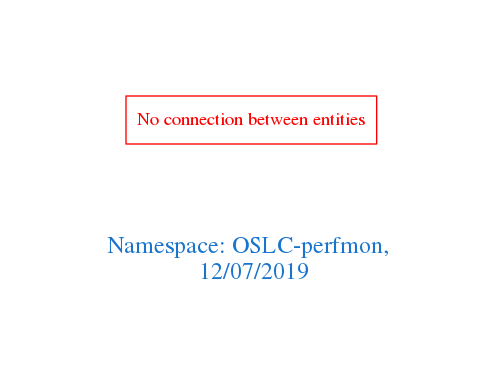
arago/OGIT keeps this Graphviz diagram as downloads/OSLC-perfmon.png. Above is the earlier version. Its source is kept beside it as downloads/OSLC-perfmon.dot.
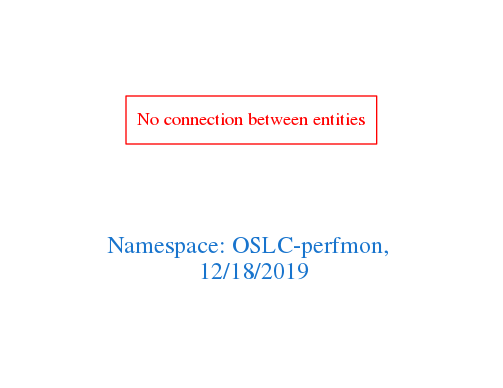
Later version of the same file.

What changed in the source:
```diff
@@ -1,7 +1,7 @@
 digraph OGIT_ontology {
  graph [ rankdir= LR,pad=1
 fontsize = 18,
-fontcolor= dodgerblue3,label = "\n\n\nNamespace: OSLC-perfmon, \n 12/07/2019"];
+fontcolor= dodgerblue3,label = "\n\n\nNamespace: OSLC-perfmon, \n 12/18/2019"];
 node[shape=polygon];
 edge [  color="gray81"];
 
```
